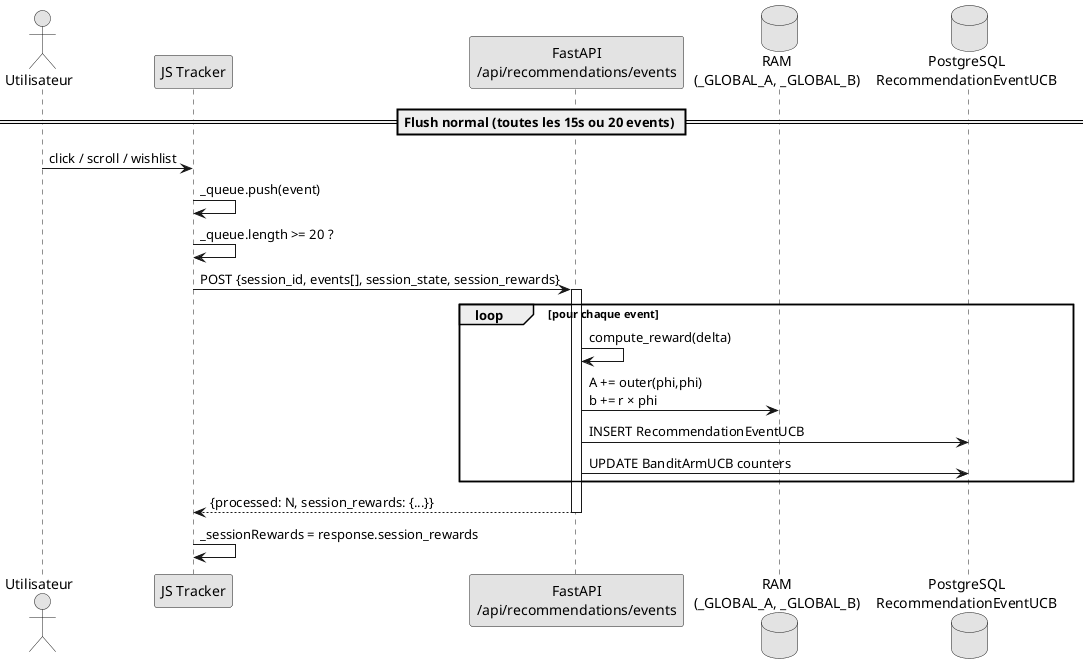
Above: diagrams/fig_05_tracker_flush.png in ahmed-addali/rapport (PlantUML), before the change.
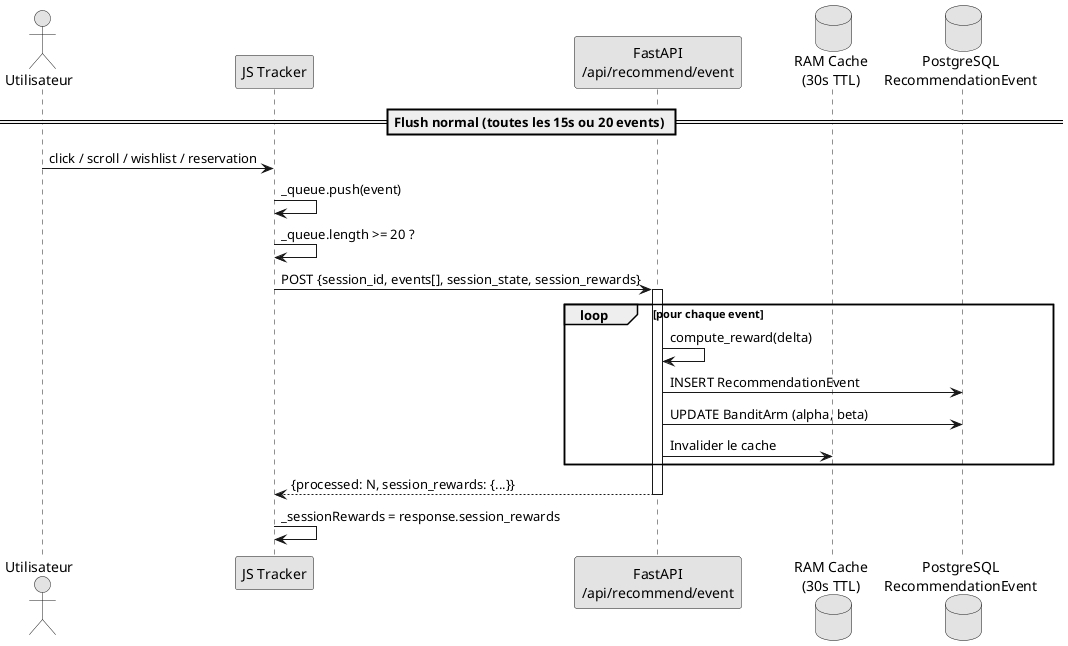
The same file after the commit.

Diff of the diagram source:
```diff
@@ -6,13 +6,13 @@
 
 actor "Utilisateur" as U
 participant "JS Tracker" as T
-participant "FastAPI\n/api/recommendations/events" as API
-database "RAM\n(_GLOBAL_A, _GLOBAL_B)" as RAM
-database "PostgreSQL\nRecommendationEventUCB" as DB
+participant "FastAPI\n/api/recommend/event" as API
+database "RAM Cache\n(30s TTL)" as RAM
+database "PostgreSQL\nRecommendationEvent" as DB
 
 == Flush normal (toutes les 15s ou 20 events) ==
 
-U -> T : click / scroll / wishlist
+U -> T : click / scroll / wishlist / reservation
 T -> T : _queue.push(event)
 T -> T : _queue.length >= 20 ?
 
@@ -21,15 +21,13 @@
 
 loop pour chaque event
     API -> API : compute_reward(delta)
-    API -> RAM : A += outer(phi,phi)\nb += r × phi
-    API -> DB : INSERT RecommendationEventUCB
-    API -> DB : UPDATE BanditArmUCB counters
+    API -> DB : INSERT RecommendationEvent
+    API -> DB : UPDATE BanditArm (alpha, beta)
+    API -> RAM : Invalider le cache
 end
 
 API --> T : {processed: N, session_rewards: {...}}
 deactivate API
 T -> T : _sessionRewards = response.session_rewards
 
-
-
 @enduml
```
